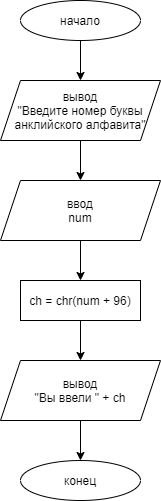
Before: homeworks/task_4.png, a diagram exported from draw.io (sgb128/python_SVKachkalda). Source tidied: cells renumbered, new cells last; positions are measured from the earlier drawing's top-left corner, leaving out a move shared by most shapes.
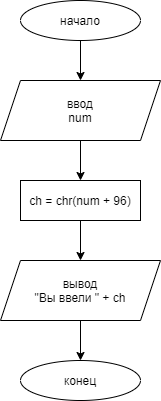
The same diagram one commit later.

Diff of the diagram source:
```diff
@@ -2,11 +2,11 @@
   <root>
     <mxCell id="0" />
     <mxCell id="1" parent="0" />
-    <mxCell id="2" style="edgeStyle=orthogonalEdgeStyle;rounded=0;jettySize=auto;html=1;" parent="1" edge="1" source="3" target="7">
-      <mxGeometry relative="1" as="geometry" />
-    </mxCell>
+    <mxCell id="13" style="edgeStyle=orthogonalEdgeStyle;rounded=0;jettySize=auto;html=1;exitX=0.5;exitY=1;exitDx=0;exitDy=0;entryX=0.5;entryY=0;entryDx=0;entryDy=0;" parent="1" edge="1" source="3" target="5">
+      <mxGeometry relative="1" as="geometry" />
+    </mxCell>
     <mxCell id="3" value="начало" style="ellipse;whiteSpace=wrap;html=1;" parent="1" vertex="1">
-      <mxGeometry x="20" width="120" height="40" as="geometry" />
+      <mxGeometry x="20" y="100" width="120" height="40" as="geometry" />
     </mxCell>
     <mxCell id="4" style="edgeStyle=orthogonalEdgeStyle;rounded=0;jettySize=auto;html=1;" parent="1" edge="1" source="5" target="9">
       <mxGeometry relative="1" as="geometry" />
@@ -14,12 +14,6 @@
     <mxCell id="5" value="ввод&lt;br&gt;num" style="shape=parallelogram;perimeter=parallelogramPerimeter;whiteSpace=wrap;html=1;fixedSize=1;" parent="1" vertex="1">
       <mxGeometry y="180" width="160" height="60" as="geometry" />
     </mxCell>
-    <mxCell id="6" style="edgeStyle=orthogonalEdgeStyle;rounded=0;jettySize=auto;html=1;" parent="1" edge="1" source="7" target="5">
-      <mxGeometry relative="1" as="geometry" />
-    </mxCell>
-    <mxCell id="7" value="вывод&lt;br&gt;&quot;Введите номер буквы анклийского алфавита&quot;" style="shape=parallelogram;perimeter=parallelogramPerimeter;whiteSpace=wrap;html=1;fixedSize=1;" parent="1" vertex="1">
-      <mxGeometry y="80" width="160" height="60" as="geometry" />
-    </mxCell>
     <mxCell id="8" style="edgeStyle=orthogonalEdgeStyle;rounded=0;jettySize=auto;html=1;" parent="1" edge="1" source="9" target="11">
       <mxGeometry relative="1" as="geometry" />
     </mxCell>
```
